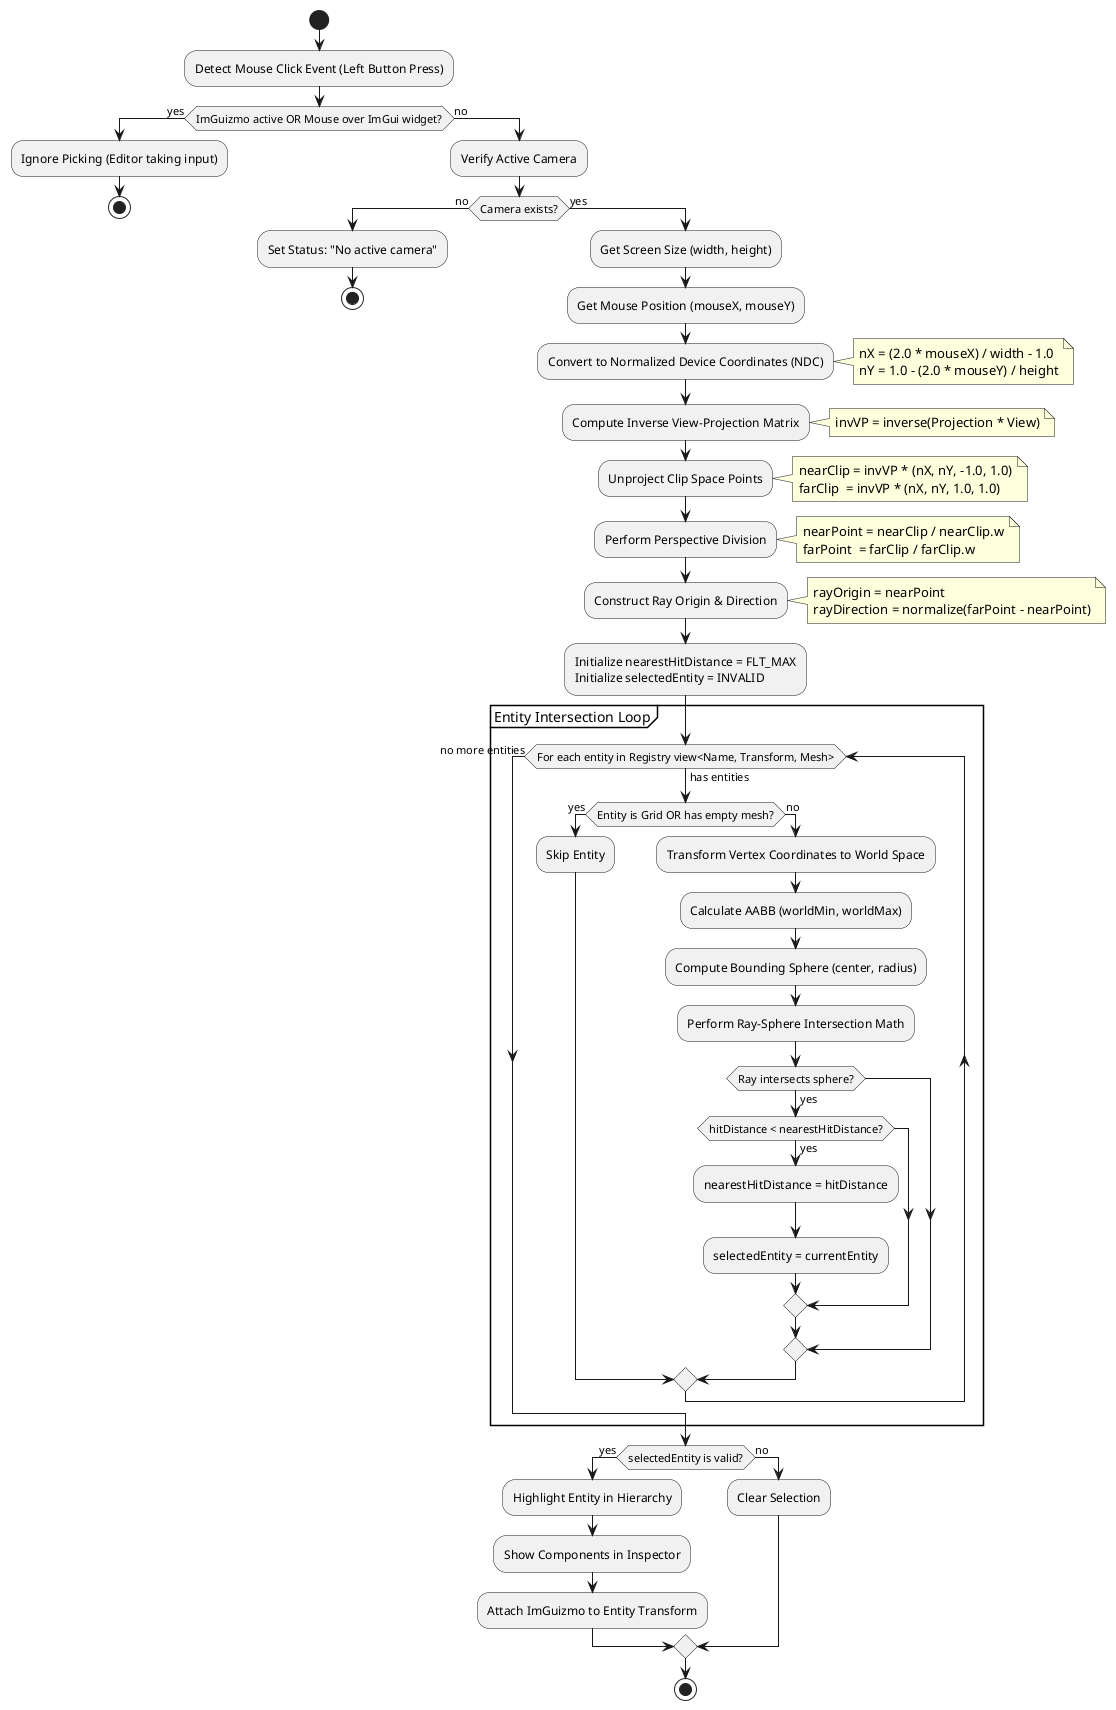
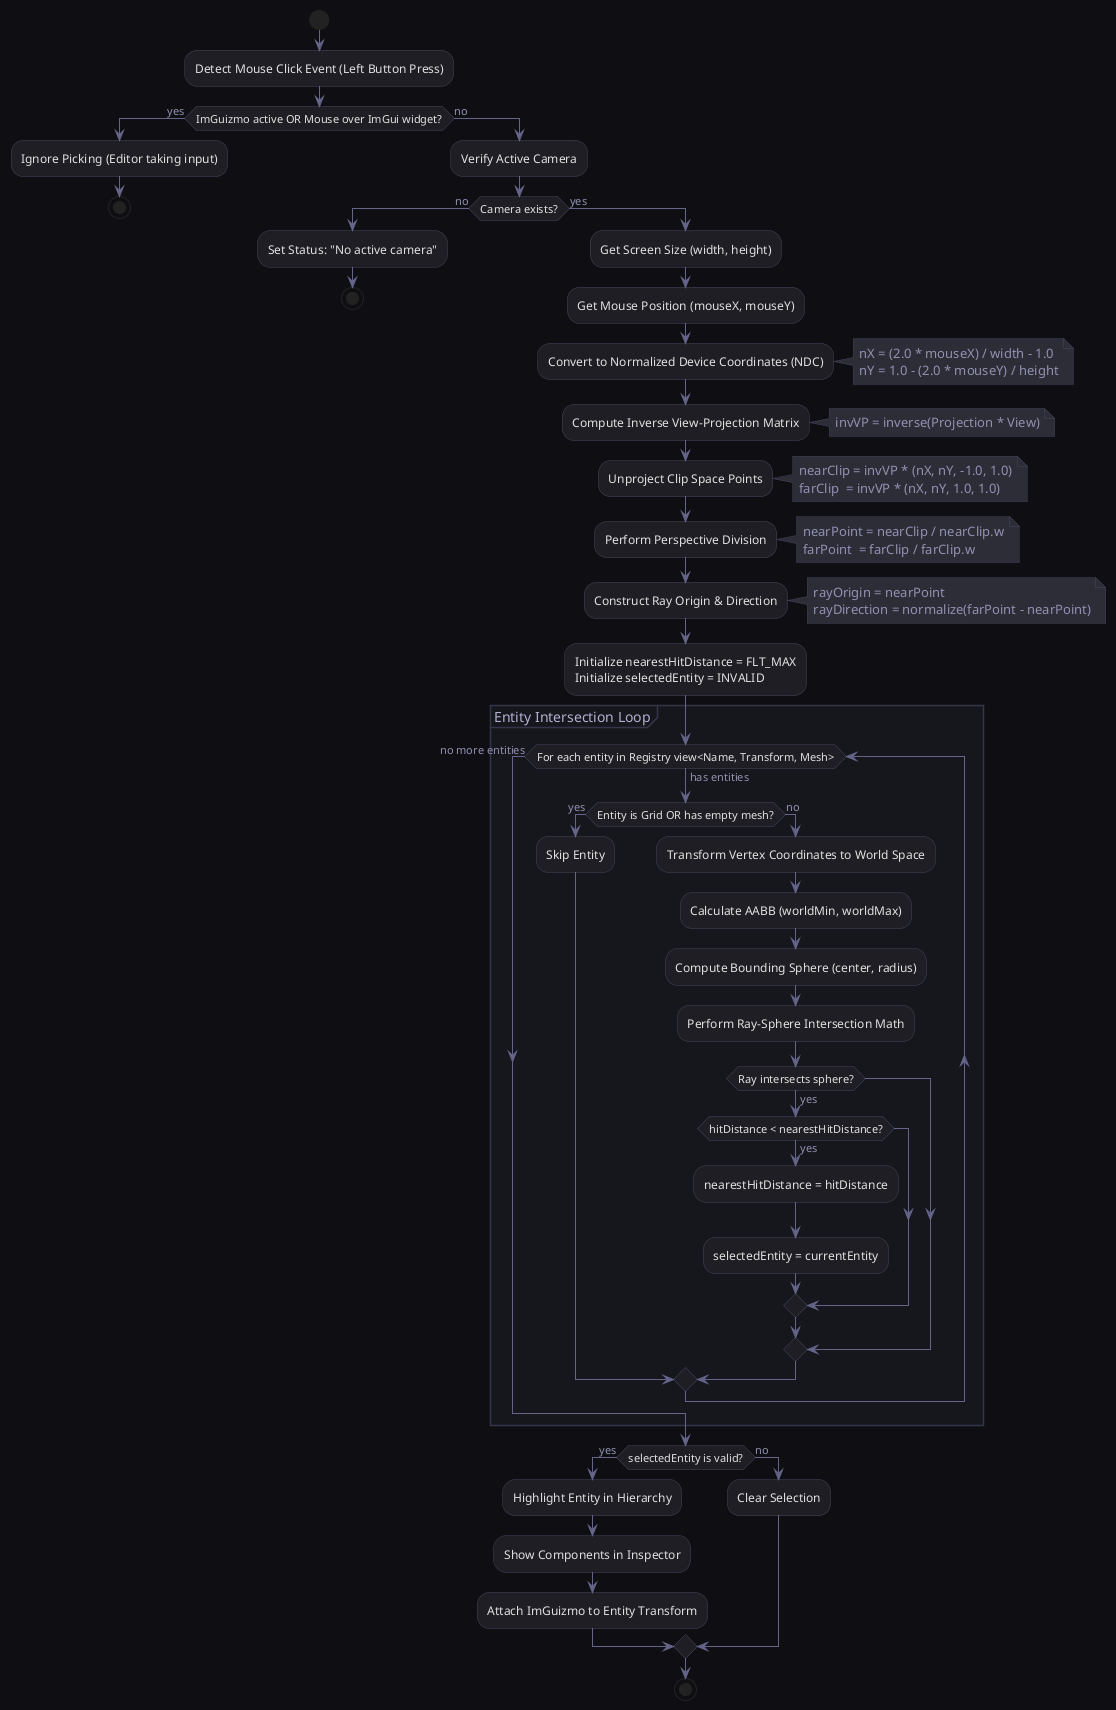
@startuml RaycastPicking
+ 
+ ' Modern Dark/Slate Theme configuration
+ skinparam BackgroundColor #0f0f13
+ skinparam Shadowing false
+ skinparam Activity {
+     BackgroundColor #1e1e24
+     BorderColor #44445c
+     FontColor #e0e0e0
+     FontName "Segoe UI"
+     BarColor #65658a
+ }
+ skinparam Start {
+     Color #2ea043
+ }
+ skinparam End {
+     Color #da3633
+ }
+ skinparam Partition {
+     BackgroundColor #16161d
+     BorderColor #353549
+     FontColor #b0b0d0
+     FontName "Segoe UI"
+ }
+ skinparam Arrow {
+     Color #65658a
+     FontColor #9090b0
+     FontName "Segoe UI"
+ }
+ skinparam Note {
+     BackgroundColor #2d2d38
+     BorderColor #44445c
+     FontColor #9090b0
+     FontName "Segoe UI"
+ }

start

:Detect Mouse Click Event (Left Button Press);
if (ImGuizmo active OR Mouse over ImGui widget?) then (yes)
    :Ignore Picking (Editor taking input);
    stop
else (no)
    :Verify Active Camera;
    if (Camera exists?) then (no)
        :Set Status: "No active camera";
        stop
    else (yes)
        :Get Screen Size (width, height);
        :Get Mouse Position (mouseX, mouseY);

        :Convert to Normalized Device Coordinates (NDC);
        note right
            nX = (2.0 * mouseX) / width - 1.0
            nY = 1.0 - (2.0 * mouseY) / height
        end note

        :Compute Inverse View-Projection Matrix;
        note right
            invVP = inverse(Projection * View)
        end note

        :Unproject Clip Space Points;
        note right
            nearClip = invVP * (nX, nY, -1.0, 1.0)
            farClip  = invVP * (nX, nY, 1.0, 1.0)
        end note

        :Perform Perspective Division;
        note right
            nearPoint = nearClip / nearClip.w
            farPoint  = farClip / farClip.w
        end note

        :Construct Ray Origin & Direction;
        note right
            rayOrigin = nearPoint
            rayDirection = normalize(farPoint - nearPoint)
        end note

        :Initialize nearestHitDistance = FLT_MAX
        Initialize selectedEntity = INVALID;

        partition "Entity Intersection Loop" {
            while (For each entity in Registry view<Name, Transform, Mesh>) is (has entities)
                if (Entity is Grid OR has empty mesh?) then (yes)
                    :Skip Entity;
                else (no)
                    :Transform Vertex Coordinates to World Space;
                    :Calculate AABB (worldMin, worldMax);
                    :Compute Bounding Sphere (center, radius);

                    :Perform Ray-Sphere Intersection Math;
                    if (Ray intersects sphere?) then (yes)
                        if (hitDistance < nearestHitDistance?) then (yes)
                            :nearestHitDistance = hitDistance;
                            :selectedEntity = currentEntity;
                        endif
                    endif
                endif
            endwhile (no more entities)
        }

        if (selectedEntity is valid?) then (yes)
            :Highlight Entity in Hierarchy;
            :Show Components in Inspector;
            :Attach ImGuizmo to Entity Transform;
        else (no)
            :Clear Selection;
        endif
        stop
    endif
endif

@enduml
